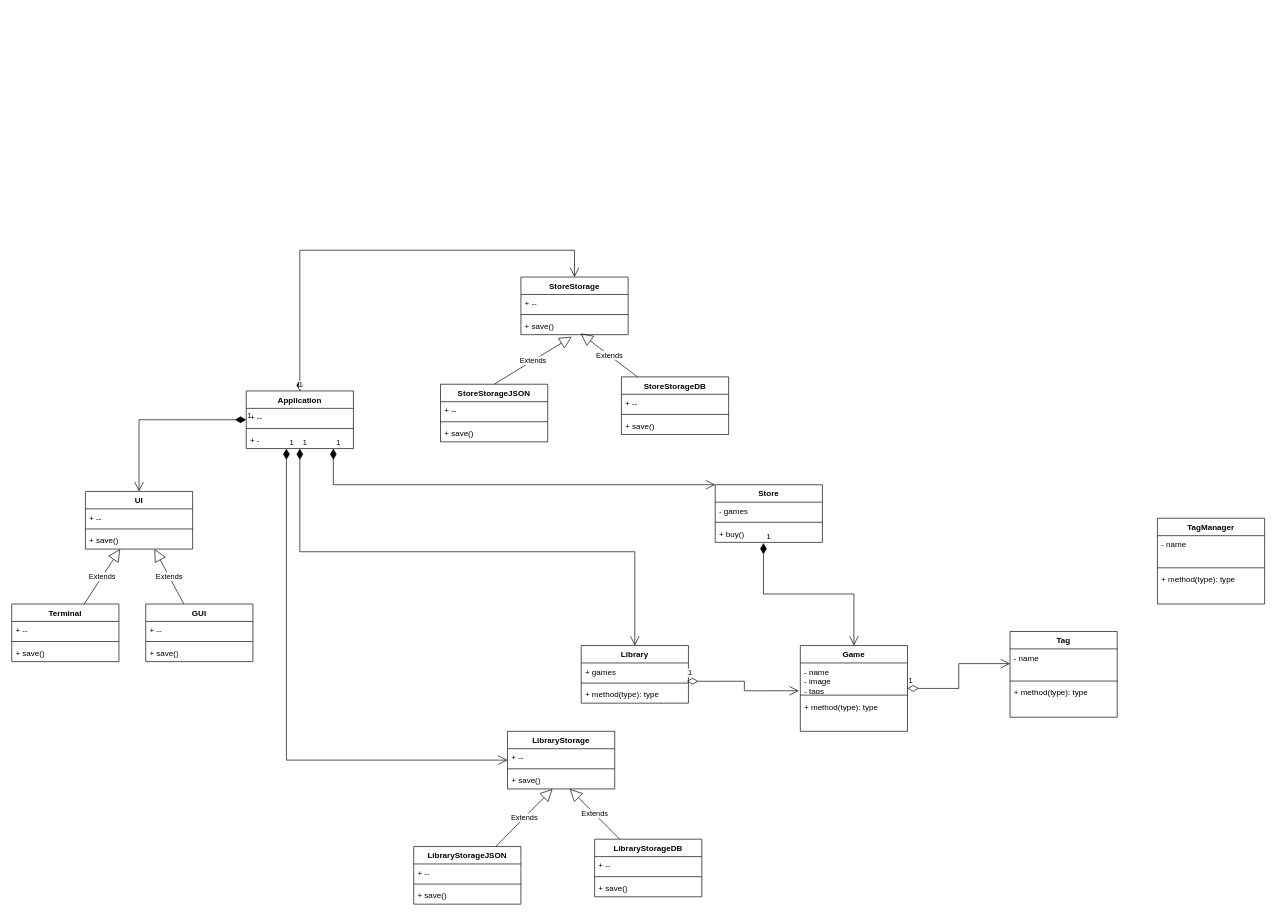
Above: gag-architecture.drawio in argonaultes-education/gag-python (draw.io), before the change. Source tidied: cells renumbered, new cells numbered last; positions are measured from the earlier drawing's top-left corner, leaving out a move shared by most shapes. Both pictures are drawn from the tidied source at 67%, with x=0, y=0 at pixel (11, 250).
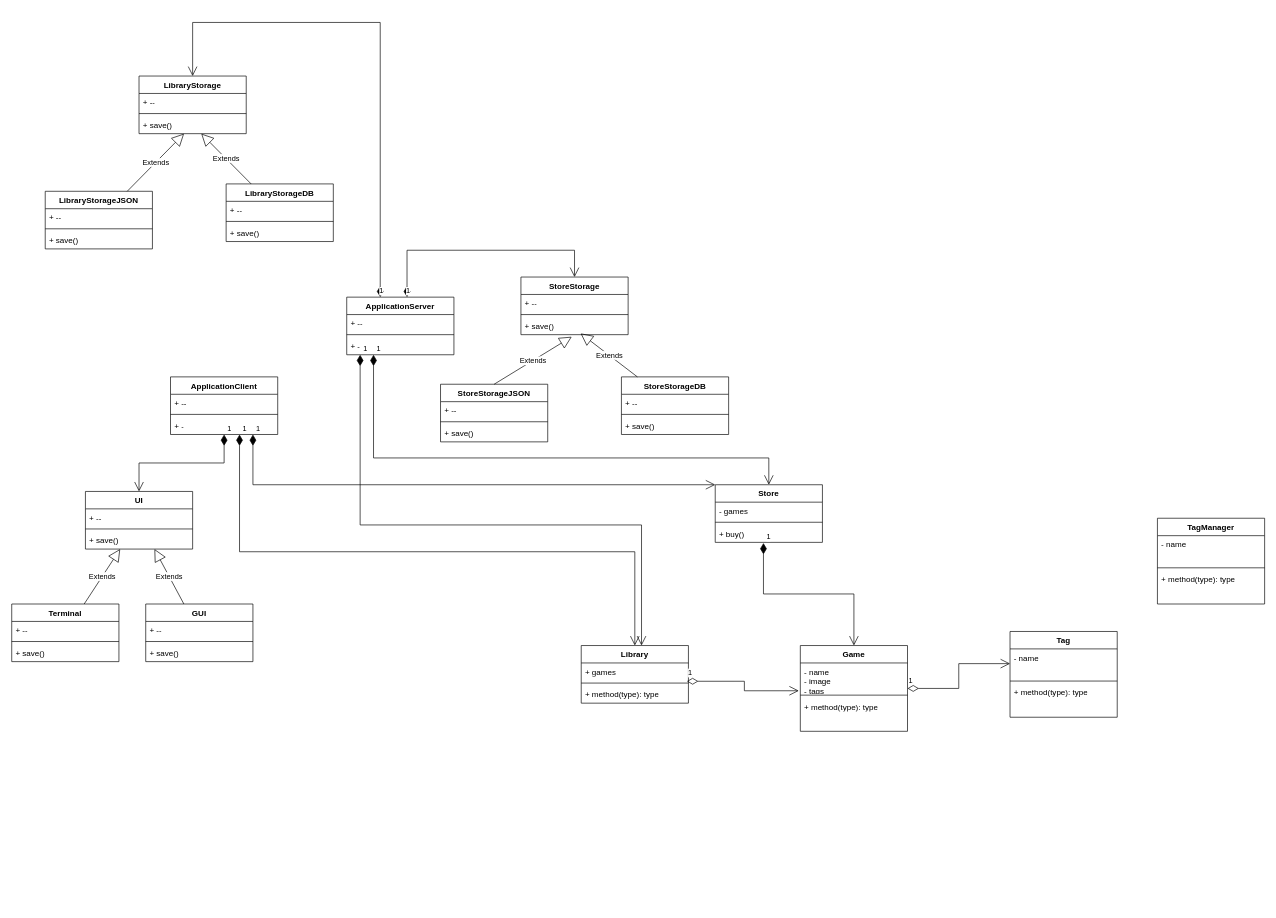
The same diagram, later.

Unchanged cells that the change refers to:
```xml
<mxCell id="2" value="Library" style="swimlane;fontStyle=1;align=center;verticalAlign=top;horizontal=1;startSize=26;whiteSpace=wrap;html=1;" parent="1" vertex="1">
  <mxGeometry x="850" y="590" width="160" height="86" as="geometry" />
</mxCell>
<mxCell id="34" value="Store" style="swimlane;fontStyle=1;align=center;verticalAlign=top;horizontal=1;startSize=26;whiteSpace=wrap;html=1;" parent="1" vertex="1">
  <mxGeometry x="1050" y="350" width="160" height="86" as="geometry" />
</mxCell>
<mxCell id="39" value="StoreStorage" style="swimlane;fontStyle=1;align=center;verticalAlign=top;horizontal=1;startSize=26;whiteSpace=wrap;html=1;" parent="1" vertex="1">
  <mxGeometry x="760" y="40" width="160" height="86" as="geometry" />
</mxCell>
```

The edit, as a diff of the source:
```diff
@@
     <mxCell id="20" value="LibraryStorage" style="swimlane;fontStyle=1;align=center;verticalAlign=top;horizontal=1;startSize=26;whiteSpace=wrap;html=1;" parent="1" vertex="1">
-      <mxGeometry x="740" y="718" width="160" height="86" as="geometry" />
+      <mxGeometry x="190" y="-260" width="160" height="86" as="geometry" />
     </mxCell>
@@
     <mxCell id="24" value="LibraryStorageJSON" style="swimlane;fontStyle=1;align=center;verticalAlign=top;horizontal=1;startSize=26;whiteSpace=wrap;html=1;" parent="1" vertex="1">
-      <mxGeometry x="600" y="890" width="160" height="86" as="geometry" />
+      <mxGeometry x="50" y="-88" width="160" height="86" as="geometry" />
     </mxCell>
@@
     <mxCell id="28" value="LibraryStorageDB" style="swimlane;fontStyle=1;align=center;verticalAlign=top;horizontal=1;startSize=26;whiteSpace=wrap;html=1;" parent="1" vertex="1">
-      <mxGeometry x="870" y="879" width="160" height="86" as="geometry" />
+      <mxGeometry x="320" y="-99" width="160" height="86" as="geometry" />
     </mxCell>
@@
-    <mxCell id="53" value="Application" style="swimlane;fontStyle=1;align=center;verticalAlign=top;horizontal=1;startSize=26;whiteSpace=wrap;html=1;" parent="1" vertex="1">
-      <mxGeometry x="350" y="210" width="160" height="86" as="geometry" />
+    <mxCell id="53" value="ApplicationClient" style="swimlane;fontStyle=1;align=center;verticalAlign=top;horizontal=1;startSize=26;whiteSpace=wrap;html=1;" parent="1" vertex="1">
+      <mxGeometry x="237" y="189" width="160" height="86" as="geometry" />
     </mxCell>
@@
-    <mxCell id="72" value="1" style="endArrow=open;html=1;endSize=12;startArrow=diamondThin;startSize=14;startFill=1;edgeStyle=orthogonalEdgeStyle;align=left;verticalAlign=bottom;rounded=0;" parent="1" edge="1" source="53" target="20">
+    <mxCell id="72" value="1" style="endArrow=open;html=1;endSize=12;startArrow=diamondThin;startSize=14;startFill=1;edgeStyle=orthogonalEdgeStyle;align=left;verticalAlign=bottom;rounded=0;" parent="1" edge="1" source="76" target="20">
       <mxGeometry x="-1" y="3" relative="1" as="geometry">
         <Array as="points">
-          <mxPoint x="410" y="761" />
+          <mxPoint x="550" y="-340" />
+          <mxPoint x="270" y="-340" />
         </Array>
       </mxGeometry>
     </mxCell>
-    <mxCell id="73" value="1" style="endArrow=open;html=1;endSize=12;startArrow=diamondThin;startSize=14;startFill=1;edgeStyle=orthogonalEdgeStyle;align=left;verticalAlign=bottom;rounded=0;" parent="1" edge="1" source="53" target="39">
+    <mxCell id="73" value="1" style="endArrow=open;html=1;endSize=12;startArrow=diamondThin;startSize=14;startFill=1;edgeStyle=orthogonalEdgeStyle;align=left;verticalAlign=bottom;rounded=0;" parent="1" edge="1" source="76" target="39">
       <mxGeometry x="-1" y="3" relative="1" as="geometry">
         <Array as="points">
-          <mxPoint x="430" />
+          <mxPoint x="590" />
           <mxPoint x="840" />
         </Array>
       </mxGeometry>
     </mxCell>
     <mxCell id="74" value="1" style="endArrow=open;html=1;endSize=12;startArrow=diamondThin;startSize=14;startFill=1;edgeStyle=orthogonalEdgeStyle;align=left;verticalAlign=bottom;rounded=0;" parent="1" edge="1" source="53" target="2">
       <mxGeometry x="-1" y="3" relative="1" as="geometry">
         <Array as="points">
-          <mxPoint x="430" y="450" />
+          <mxPoint x="340" y="450" />
           <mxPoint x="930" y="450" />
         </Array>
       </mxGeometry>
     </mxCell>
     <mxCell id="75" value="1" style="endArrow=open;html=1;endSize=12;startArrow=diamondThin;startSize=14;startFill=1;edgeStyle=orthogonalEdgeStyle;align=left;verticalAlign=bottom;rounded=0;" parent="1" edge="1" source="53" target="34">
       <mxGeometry x="-1" y="3" relative="1" as="geometry">
         <Array as="points">
-          <mxPoint x="480" y="350" />
+          <mxPoint x="360" y="350" />
         </Array>
       </mxGeometry>
     </mxCell>
+    <mxCell id="76" value="ApplicationServer" style="swimlane;fontStyle=1;align=center;verticalAlign=top;horizontal=1;startSize=26;whiteSpace=wrap;html=1;" parent="1" vertex="1">
+      <mxGeometry x="500" y="70" width="160" height="86" as="geometry" />
+    </mxCell>
+    <mxCell id="77" value="+ --" style="text;strokeColor=none;fillColor=none;align=left;verticalAlign=top;spacingLeft=4;spacingRight=4;overflow=hidden;whiteSpace=wrap;html=1;" parent="76" vertex="1">
+      <mxGeometry y="26" width="160" height="26" as="geometry" />
+    </mxCell>
+    <mxCell id="78" style="line;strokeWidth=1;fillColor=none;align=left;verticalAlign=middle;spacingTop=-1;spacingLeft=3;spacingRight=3;labelPosition=right;strokeColor=inherit;" parent="76" vertex="1">
+      <mxGeometry y="52" width="160" height="8" as="geometry" />
+    </mxCell>
+    <mxCell id="79" value="+ -" style="text;strokeColor=none;fillColor=none;align=left;verticalAlign=top;spacingLeft=4;spacingRight=4;overflow=hidden;whiteSpace=wrap;html=1;" parent="76" vertex="1">
+      <mxGeometry y="60" width="160" height="26" as="geometry" />
+    </mxCell>
+    <mxCell id="80" value="1" style="endArrow=open;html=1;endSize=12;startArrow=diamondThin;startSize=14;startFill=1;edgeStyle=orthogonalEdgeStyle;align=left;verticalAlign=bottom;rounded=0;" parent="1" edge="1" source="76" target="34">
+      <mxGeometry x="-1" y="3" relative="1" as="geometry">
+        <Array as="points">
+          <mxPoint x="540" y="310" />
+          <mxPoint x="1130" y="310" />
+        </Array>
+      </mxGeometry>
+    </mxCell>
+    <mxCell id="81" value="1" style="endArrow=open;html=1;endSize=12;startArrow=diamondThin;startSize=14;startFill=1;edgeStyle=orthogonalEdgeStyle;align=left;verticalAlign=bottom;rounded=0;" parent="1" edge="1" source="76" target="2">
+      <mxGeometry x="-1" y="3" relative="1" as="geometry">
+        <Array as="points">
+          <mxPoint x="520" y="410" />
+          <mxPoint x="940" y="410" />
+        </Array>
+      </mxGeometry>
+    </mxCell>
```
